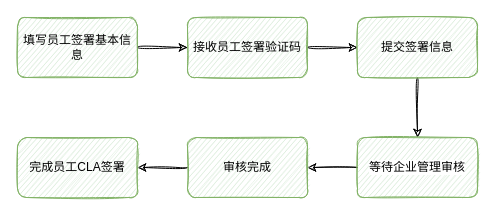
Earlier version of the draw.io diagram 员工签署流程.drawio (weijiang1994/draw-io). Source tidied: cells renumbered, new cells numbered last; positions are measured from the earlier drawing's top-left corner, leaving out a move shared by most shapes. Both pictures are drawn from the tidied source at 100%, with x=0, y=0 at pixel (17, 17).
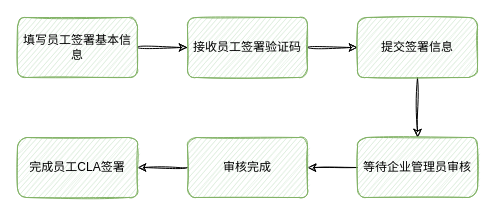
After the change.

Commit message:
更新员工签署流程.drawio

The edit, as a diff of the source:
```diff
@@
 <mxGraphModel>
   <root>
     <mxCell id="0" />
     <mxCell id="1" parent="0" />
     <mxCell id="2" style="edgeStyle=orthogonalEdgeStyle;rounded=1;jettySize=auto;html=1;exitX=1;exitY=0.5;exitDx=0;exitDy=0;entryX=0;entryY=0.5;entryDx=0;entryDy=0;sketch=1;curved=1;" parent="1" edge="1" source="3" target="5">
       <mxGeometry relative="1" as="geometry" />
     </mxCell>
     <mxCell id="3" value="填写员工签署基本信息" style="rounded=1;whiteSpace=wrap;html=1;sketch=1;strokeColor=#82B366;fillColor=#D5E8D4;" parent="1" vertex="1">
       <mxGeometry width="120" height="60" as="geometry" />
     </mxCell>
     <mxCell id="4" style="edgeStyle=orthogonalEdgeStyle;rounded=1;jettySize=auto;html=1;exitX=1;exitY=0.5;exitDx=0;exitDy=0;entryX=0;entryY=0.5;entryDx=0;entryDy=0;sketch=1;curved=1;" parent="1" edge="1" source="5" target="7">
       <mxGeometry relative="1" as="geometry" />
     </mxCell>
     <mxCell id="5" value="接收员工签署验证码" style="rounded=1;whiteSpace=wrap;html=1;sketch=1;align=center;fillColor=#D5E8D4;strokeColor=#82B366;" parent="1" vertex="1">
       <mxGeometry x="170" width="120" height="60" as="geometry" />
     </mxCell>
-    <mxCell id="6" style="edgeStyle=orthogonalEdgeStyle;rounded=1;jettySize=auto;html=1;exitX=0.5;exitY=1;exitDx=0;exitDy=0;entryX=0.5;entryY=0;entryDx=0;entryDy=0;sketch=1;curved=1;" parent="1" edge="1" source="7" target="9">
-      <mxGeometry relative="1" as="geometry" />
+    <mxCell id="6" style="edgeStyle=orthogonalEdgeStyle;rounded=1;jettySize=auto;html=1;exitX=0.5;exitY=1;exitDx=0;exitDy=0;entryX=0.5;entryY=0;entryDx=0;entryDy=0;sketch=1;curved=1;" parent="1" edge="1" source="7">
+      <mxGeometry relative="1" as="geometry">
+        <mxPoint x="400" y="120" as="targetPoint" />
+      </mxGeometry>
     </mxCell>
     <mxCell id="7" value="提交签署信息" style="rounded=1;whiteSpace=wrap;html=1;sketch=1;fillColor=#D5E8D4;strokeColor=#82B366;" parent="1" vertex="1">
       <mxGeometry x="340" width="120" height="60" as="geometry" />
     </mxCell>
-    <mxCell id="8" style="edgeStyle=orthogonalEdgeStyle;rounded=1;jettySize=auto;html=1;exitX=0;exitY=0.5;exitDx=0;exitDy=0;entryX=1;entryY=0.5;entryDx=0;entryDy=0;sketch=1;curved=1;" parent="1" edge="1" source="9" target="11">
-      <mxGeometry relative="1" as="geometry" />
+    <mxCell id="8" style="edgeStyle=orthogonalEdgeStyle;rounded=1;jettySize=auto;html=1;exitX=0;exitY=0.5;exitDx=0;exitDy=0;entryX=1;entryY=0.5;entryDx=0;entryDy=0;sketch=1;curved=1;" parent="1" edge="1" target="11">
+      <mxGeometry relative="1" as="geometry">
+        <mxPoint x="340" y="150" as="sourcePoint" />
+      </mxGeometry>
     </mxCell>
-    <mxCell id="9" value="等待企业管理审核" style="rounded=1;whiteSpace=wrap;html=1;sketch=1;labelBackgroundColor=default;fillColor=#D5E8D4;strokeColor=#82B366;" parent="1" vertex="1">
-      <mxGeometry x="340" y="120" width="120" height="60" as="geometry" />
-    </mxCell>
     <mxCell id="10" style="edgeStyle=orthogonalEdgeStyle;rounded=1;jettySize=auto;html=1;exitX=0;exitY=0.5;exitDx=0;exitDy=0;entryX=1;entryY=0.5;entryDx=0;entryDy=0;sketch=1;curved=1;" parent="1" edge="1" source="11" target="12">
       <mxGeometry relative="1" as="geometry" />
     </mxCell>
     <mxCell id="11" value="审核完成" style="rounded=1;whiteSpace=wrap;html=1;sketch=1;fillColor=#D5E8D4;strokeColor=#82B366;" parent="1" vertex="1">
       <mxGeometry x="170" y="120" width="120" height="60" as="geometry" />
     </mxCell>
     <mxCell id="12" value="完成员工CLA签署" style="rounded=1;whiteSpace=wrap;html=1;sketch=1;fillColor=#D5E8D4;strokeColor=#82B366;" parent="1" vertex="1">
       <mxGeometry y="120" width="120" height="60" as="geometry" />
     </mxCell>
+    <mxCell id="13" value="等待企业管理员审核" style="rounded=1;whiteSpace=wrap;html=1;sketch=1;fillColor=#D5E8D4;strokeColor=#82B366;" parent="1" vertex="1">
+      <mxGeometry x="340" y="120" width="120" height="60" as="geometry" />
+    </mxCell>
   </root>
 </mxGraphModel>
```
